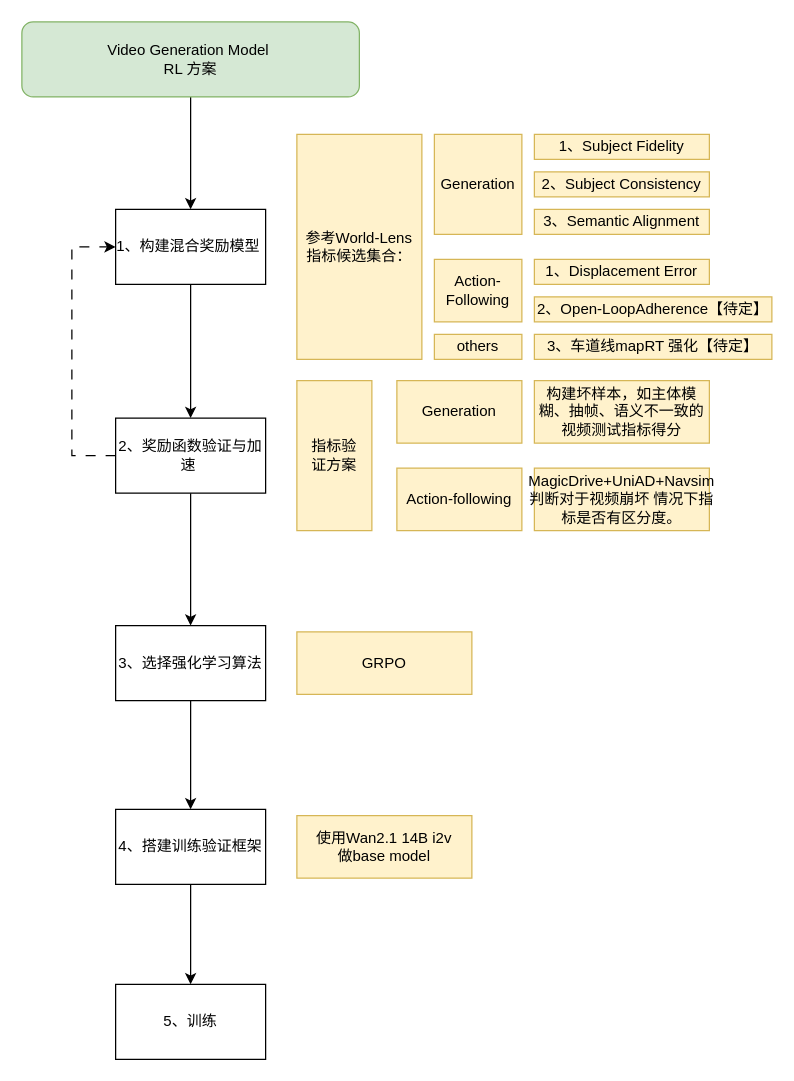
This is 未命名绘图.drawio from NinoNeumann/drawio_projects, a draw.io file, before an edit. Source tidied: cells renumbered, new cells numbered last; positions are measured from the earlier drawing's top-left corner, leaving out a move shared by most shapes. Both pictures are drawn from the tidied source at 125%, with x=0, y=0 at pixel (21, 21).
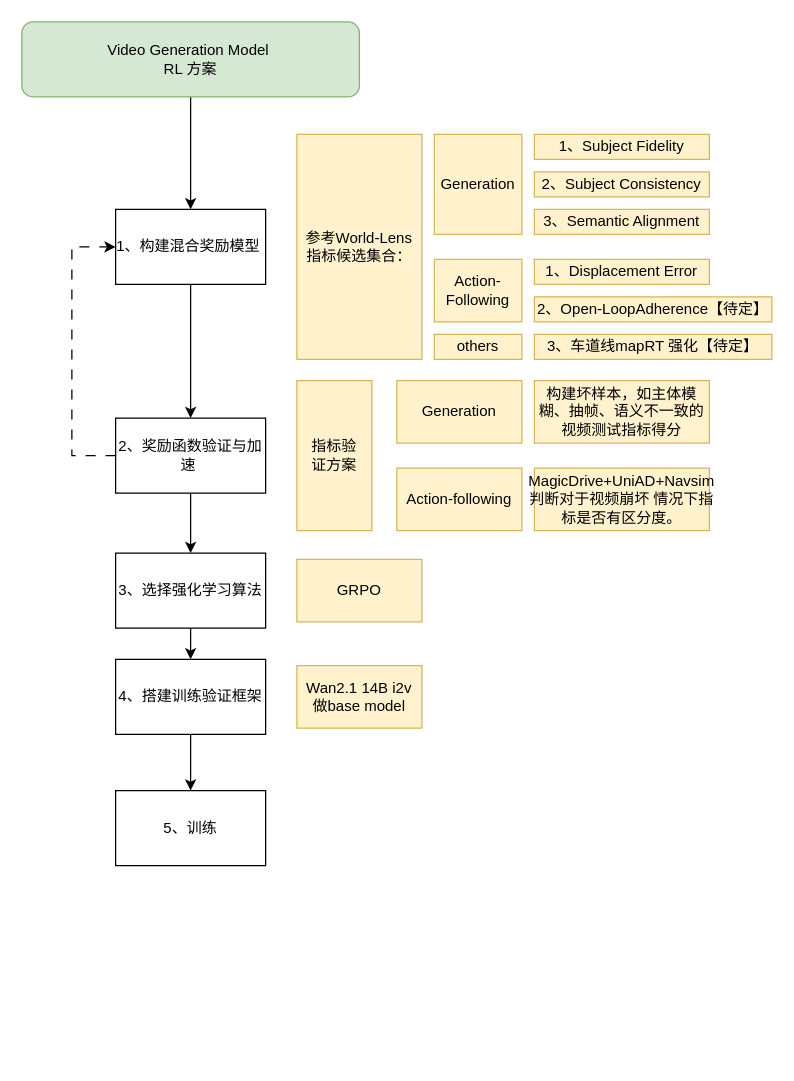
After the change.

Commit message:
方案图保存

Change to the diagram source:
```diff
@@
     <mxCell id="10" value="3、选择强化学习算法" style="rounded=0;whiteSpace=wrap;html=1;" parent="1" vertex="1">
-      <mxGeometry x="75" y="483" width="120" height="60" as="geometry" />
+      <mxGeometry x="75" y="425" width="120" height="60" as="geometry" />
     </mxCell>
     <mxCell id="11" value="5、训练" style="rounded=0;whiteSpace=wrap;html=1;" parent="1" vertex="1">
-      <mxGeometry x="75" y="770" width="120" height="60" as="geometry" />
+      <mxGeometry x="75" y="615" width="120" height="60" as="geometry" />
     </mxCell>
@@
     <mxCell id="17" value="GRPO" style="rounded=0;whiteSpace=wrap;html=1;fillColor=#fff2cc;strokeColor=#d6b656;" parent="1" vertex="1">
-      <mxGeometry x="220" y="488" width="140" height="50" as="geometry" />
+      <mxGeometry x="220" y="430" width="100" height="50" as="geometry" />
     </mxCell>
@@
     <mxCell id="29" value="4、搭建训练验证框架" style="rounded=0;whiteSpace=wrap;html=1;" parent="1" vertex="1">
-      <mxGeometry x="75" y="630" width="120" height="60" as="geometry" />
+      <mxGeometry x="75" y="510" width="120" height="60" as="geometry" />
     </mxCell>
-    <mxCell id="30" value="使用Wan2.1 14B i2v&lt;div&gt;做base model&lt;/div&gt;" style="rounded=0;whiteSpace=wrap;html=1;fillColor=#fff2cc;strokeColor=#d6b656;" parent="1" vertex="1">
-      <mxGeometry x="220" y="635" width="140" height="50" as="geometry" />
+    <mxCell id="30" value="Wan2.1 14B i2v&lt;div&gt;做base model&lt;/div&gt;" style="rounded=0;whiteSpace=wrap;html=1;fillColor=#fff2cc;strokeColor=#d6b656;" parent="1" vertex="1">
+      <mxGeometry x="220" y="515" width="100" height="50" as="geometry" />
     </mxCell>
```
